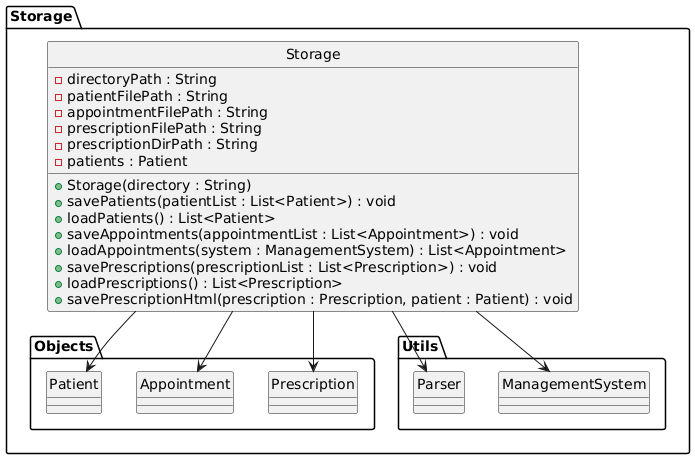
Before: docs/diagrams/storageComponent.png, a diagram exported from PlantUML (chwenyee/tp).
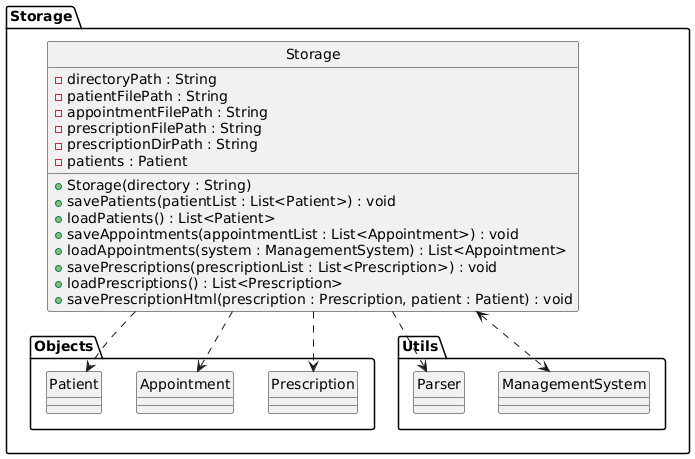
Later version of the same file.

Commit message:
Updated Architecture diagram, added UI and Main component

Change to the diagram source:
```diff
@@ -33,10 +33,10 @@
     class ManagementSystem
   }
 
-  Storage --> Patient
-  Storage --> Appointment
-  Storage --> Prescription
-  Storage --> Parser
-  Storage --> ManagementSystem
+  Storage ..> Patient
+  Storage ..> Appointment
+  Storage ..> Prescription
+  Storage ..> Parser
+  Storage <..> ManagementSystem
 }
 @enduml
```
